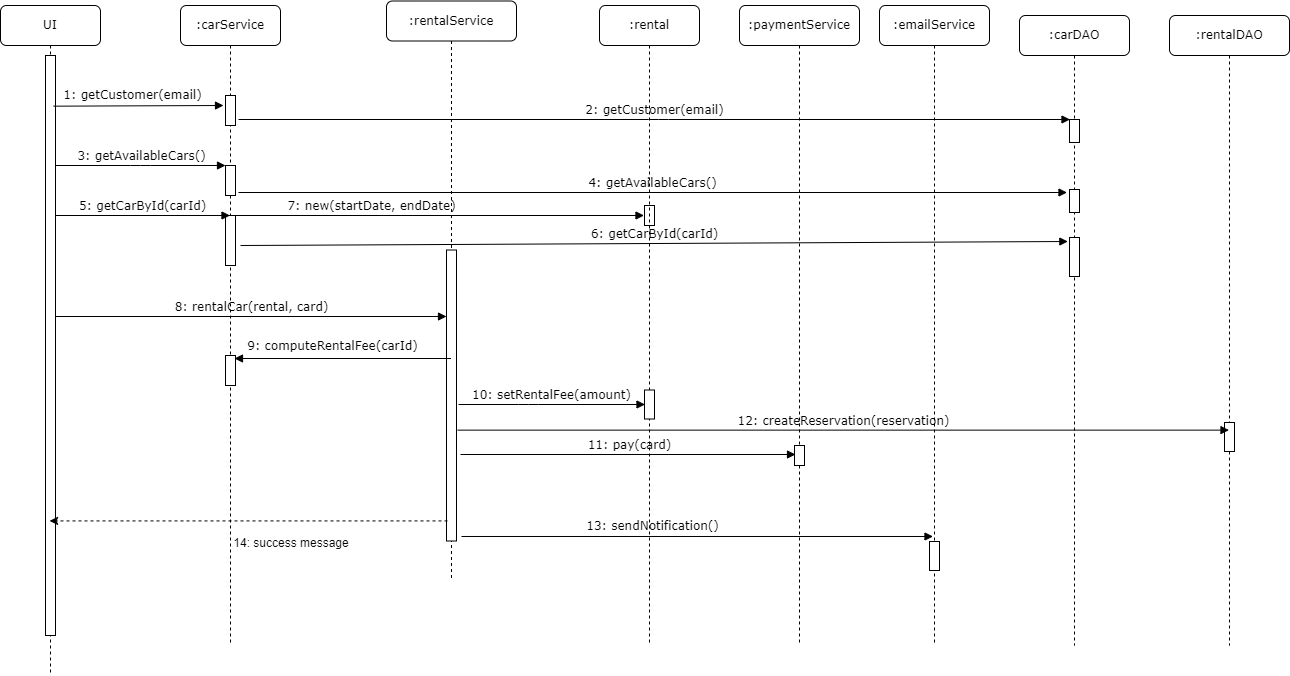
Above: diagrams/Rental car sequence.png in BerhaneMicheal/cs425-swe-g8-car-rental-system (draw.io), before the change. Source tidied: cells renumbered, new cells last; positions are measured from the earlier drawing's top-left corner, leaving out a move shared by most shapes. Its diagram source:
```xml
<mxGraphModel>
  <root>
    <mxCell id="0" />
    <mxCell id="1" parent="0" />
    <mxCell id="2" style="html=1;perimeter=orthogonalPerimeter;rounded=0;shadow=0;comic=0;labelBackgroundColor=none;strokeWidth=1;fontFamily=Verdana;fontSize=12;align=center;" parent="1" vertex="1">
      <mxGeometry x="644" y="204" width="10" height="20" as="geometry" />
    </mxCell>
    <mxCell id="3" value=":carService" style="shape=umlLifeline;perimeter=lifelinePerimeter;whiteSpace=wrap;html=1;outlineConnect=0;rounded=1;shadow=0;comic=0;labelBackgroundColor=none;strokeWidth=1;fontFamily=Verdana;fontSize=12;align=center;" parent="1" vertex="1">
      <mxGeometry x="180" y="4" width="100" height="640" as="geometry" />
    </mxCell>
    <mxCell id="4" style="html=1;points=[];perimeter=orthogonalPerimeter;rounded=0;shadow=0;comic=0;labelBackgroundColor=none;strokeWidth=1;fontFamily=Verdana;fontSize=12;align=center;" parent="3" vertex="1">
      <mxGeometry x="45" y="160" width="10" height="30" as="geometry" />
    </mxCell>
    <mxCell id="5" style="html=1;perimeter=orthogonalPerimeter;rounded=0;shadow=0;comic=0;labelBackgroundColor=none;strokeWidth=1;fontFamily=Verdana;fontSize=12;align=center;" parent="3" vertex="1">
      <mxGeometry x="45" y="210" width="10" height="50" as="geometry" />
    </mxCell>
    <mxCell id="6" style="html=1;points=[];perimeter=orthogonalPerimeter;rounded=0;shadow=0;comic=0;labelBackgroundColor=none;strokeWidth=1;fontFamily=Verdana;fontSize=12;align=center;" parent="3" vertex="1">
      <mxGeometry x="45" y="350" width="10" height="30" as="geometry" />
    </mxCell>
    <mxCell id="7" style="html=1;perimeter=orthogonalPerimeter;rounded=0;shadow=0;comic=0;labelBackgroundColor=none;strokeWidth=1;fontFamily=Verdana;fontSize=12;align=center;" parent="3" vertex="1">
      <mxGeometry x="45" y="90" width="10" height="30" as="geometry" />
    </mxCell>
    <mxCell id="8" value=":rentalService" style="shape=umlLifeline;perimeter=lifelinePerimeter;whiteSpace=wrap;html=1;outlineConnect=0;rounded=1;shadow=0;comic=0;labelBackgroundColor=none;strokeWidth=1;fontFamily=Verdana;fontSize=12;align=center;" parent="1" vertex="1">
      <mxGeometry x="386" y="-0.5" width="130" height="580" as="geometry" />
    </mxCell>
    <mxCell id="9" style="html=1;points=[];perimeter=orthogonalPerimeter;rounded=0;shadow=0;comic=0;labelBackgroundColor=none;strokeWidth=1;fontFamily=Verdana;fontSize=12;align=center;" parent="8" vertex="1">
      <mxGeometry x="60" y="249" width="10" height="291" as="geometry" />
    </mxCell>
    <mxCell id="10" value=":rental" style="shape=umlLifeline;perimeter=lifelinePerimeter;whiteSpace=wrap;html=1;rounded=1;shadow=0;comic=0;labelBackgroundColor=none;strokeWidth=1;fontFamily=Verdana;fontSize=12;align=center;" parent="1" vertex="1">
      <mxGeometry x="599" y="4" width="100" height="640" as="geometry" />
    </mxCell>
    <mxCell id="11" style="html=1;perimeter=orthogonalPerimeter;rounded=0;shadow=0;comic=0;labelBackgroundColor=none;strokeWidth=1;fontFamily=Verdana;fontSize=12;align=center;" parent="10" vertex="1">
      <mxGeometry x="45" y="384.5" width="10" height="29" as="geometry" />
    </mxCell>
    <mxCell id="12" value=":paymentService" style="shape=umlLifeline;perimeter=lifelinePerimeter;whiteSpace=wrap;html=1;rounded=1;shadow=0;comic=0;labelBackgroundColor=none;strokeWidth=1;fontFamily=Verdana;fontSize=12;align=center;" parent="1" vertex="1">
      <mxGeometry x="739" y="4" width="120" height="640" as="geometry" />
    </mxCell>
    <mxCell id="13" style="html=1;perimeter=orthogonalPerimeter;rounded=0;shadow=0;comic=0;labelBackgroundColor=none;strokeWidth=1;fontFamily=Verdana;fontSize=12;align=center;" parent="12" vertex="1">
      <mxGeometry x="55" y="440" width="10" height="20" as="geometry" />
    </mxCell>
    <mxCell id="14" value=":emailService" style="shape=umlLifeline;perimeter=lifelinePerimeter;whiteSpace=wrap;html=1;rounded=1;shadow=0;comic=0;labelBackgroundColor=none;strokeWidth=1;fontFamily=Verdana;fontSize=12;align=center;" parent="1" vertex="1">
      <mxGeometry x="879" y="4" width="110" height="640" as="geometry" />
    </mxCell>
    <mxCell id="15" value=":carDAO" style="shape=umlLifeline;perimeter=lifelinePerimeter;whiteSpace=wrap;html=1;rounded=1;shadow=0;comic=0;labelBackgroundColor=none;strokeWidth=1;fontFamily=Verdana;fontSize=12;align=center;" parent="1" vertex="1">
      <mxGeometry x="1019" y="14" width="110" height="630" as="geometry" />
    </mxCell>
    <mxCell id="16" style="html=1;perimeter=orthogonalPerimeter;rounded=0;shadow=0;comic=0;labelBackgroundColor=none;strokeWidth=1;fontFamily=Verdana;fontSize=12;align=center;" parent="15" vertex="1">
      <mxGeometry x="50" y="222" width="10" height="39" as="geometry" />
    </mxCell>
    <mxCell id="17" style="html=1;perimeter=orthogonalPerimeter;rounded=0;shadow=0;comic=0;labelBackgroundColor=none;strokeWidth=1;fontFamily=Verdana;fontSize=12;align=center;" parent="15" vertex="1">
      <mxGeometry x="50" y="174" width="10" height="23" as="geometry" />
    </mxCell>
    <mxCell id="18" style="html=1;perimeter=orthogonalPerimeter;rounded=0;shadow=0;comic=0;labelBackgroundColor=none;strokeWidth=1;fontFamily=Verdana;fontSize=12;align=center;" parent="15" vertex="1">
      <mxGeometry x="50" y="104" width="10" height="23" as="geometry" />
    </mxCell>
    <mxCell id="19" value="UI" style="shape=umlLifeline;perimeter=lifelinePerimeter;whiteSpace=wrap;html=1;outlineConnect=0;rounded=1;shadow=0;comic=0;labelBackgroundColor=none;strokeWidth=1;fontFamily=Verdana;fontSize=12;align=center;" parent="1" vertex="1">
      <mxGeometry y="4" width="100" height="670" as="geometry" />
    </mxCell>
    <mxCell id="20" value="7: new(startDate, endDate)" style="html=1;verticalAlign=bottom;endArrow=block;labelBackgroundColor=none;fontFamily=Verdana;fontSize=12;elbow=vertical;" parent="19" edge="1">
      <mxGeometry x="0.09" relative="1" as="geometry">
        <mxPoint x="50" y="210" as="sourcePoint" />
        <mxPoint x="643.5" y="210" as="targetPoint" />
      </mxGeometry>
    </mxCell>
    <mxCell id="21" style="html=1;perimeter=orthogonalPerimeter;rounded=0;shadow=0;comic=0;labelBackgroundColor=none;strokeWidth=1;fontFamily=Verdana;fontSize=12;align=center;" parent="19" vertex="1">
      <mxGeometry x="45" y="50" width="10" height="580" as="geometry" />
    </mxCell>
    <mxCell id="22" value="1: getCustomer(email)" style="html=1;verticalAlign=bottom;endArrow=block;entryX=0;entryY=0;labelBackgroundColor=none;fontFamily=Verdana;fontSize=12;edgeStyle=elbowEdgeStyle;elbow=vertical;" parent="19" edge="1">
      <mxGeometry x="-0.07" y="1" relative="1" as="geometry">
        <mxPoint x="53" y="100.7" as="sourcePoint" />
        <mxPoint x="223" y="100.7" as="targetPoint" />
      </mxGeometry>
    </mxCell>
    <mxCell id="23" value="8: rentalCar(rental, card)" style="html=1;verticalAlign=bottom;endArrow=block;labelBackgroundColor=none;fontFamily=Verdana;fontSize=12;" parent="1" edge="1" target="9">
      <mxGeometry relative="1" as="geometry">
        <mxPoint x="55" y="315" as="sourcePoint" />
      </mxGeometry>
    </mxCell>
    <mxCell id="24" style="html=1;perimeter=orthogonalPerimeter;rounded=0;shadow=0;comic=0;labelBackgroundColor=none;strokeWidth=1;fontFamily=Verdana;fontSize=12;align=center;" parent="1" vertex="1">
      <mxGeometry x="929" y="540" width="10" height="29" as="geometry" />
    </mxCell>
    <mxCell id="25" value="3: getAvailableCars()" style="html=1;verticalAlign=bottom;endArrow=block;entryX=0;entryY=0;labelBackgroundColor=none;fontFamily=Verdana;fontSize=12;edgeStyle=elbowEdgeStyle;elbow=vertical;" parent="1" edge="1" target="4">
      <mxGeometry relative="1" as="geometry">
        <mxPoint x="55" y="164" as="sourcePoint" />
      </mxGeometry>
    </mxCell>
    <mxCell id="26" value="4: getAvailableCars()" style="html=1;verticalAlign=bottom;endArrow=block;labelBackgroundColor=none;fontFamily=Verdana;fontSize=12;elbow=vertical;" parent="1" edge="1">
      <mxGeometry relative="1" as="geometry">
        <mxPoint x="238" y="191" as="sourcePoint" />
        <mxPoint x="1066.5" y="191" as="targetPoint" />
      </mxGeometry>
    </mxCell>
    <mxCell id="27" value=":rentalDAO" style="shape=umlLifeline;perimeter=lifelinePerimeter;whiteSpace=wrap;html=1;outlineConnect=0;rounded=1;shadow=0;comic=0;labelBackgroundColor=none;strokeWidth=1;fontFamily=Verdana;fontSize=12;align=center;" parent="1" vertex="1">
      <mxGeometry x="1169" y="14" width="120" height="630" as="geometry" />
    </mxCell>
    <mxCell id="28" style="html=1;perimeter=orthogonalPerimeter;rounded=0;shadow=0;comic=0;labelBackgroundColor=none;strokeWidth=1;fontFamily=Verdana;fontSize=12;align=center;" parent="27" vertex="1">
      <mxGeometry x="55" y="407" width="10" height="29" as="geometry" />
    </mxCell>
    <mxCell id="29" value="5: getCarById(carId)" style="html=1;verticalAlign=bottom;endArrow=block;labelBackgroundColor=none;fontFamily=Verdana;fontSize=12;edgeStyle=elbowEdgeStyle;elbow=vertical;" parent="1" edge="1" target="3">
      <mxGeometry relative="1" as="geometry">
        <mxPoint x="55" y="214" as="sourcePoint" />
      </mxGeometry>
    </mxCell>
    <mxCell id="30" value="9: computeRentalFee(carId)" style="html=1;verticalAlign=bottom;endArrow=block;labelBackgroundColor=none;fontFamily=Verdana;fontSize=12;elbow=vertical;entryX=0.9;entryY=0.1;entryDx=0;entryDy=0;entryPerimeter=0;" parent="1" edge="1" source="8" target="6">
      <mxGeometry x="0.09" y="-3" relative="1" as="geometry" />
    </mxCell>
    <mxCell id="31" value="10: setRentalFee(amount)" style="html=1;verticalAlign=bottom;endArrow=block;labelBackgroundColor=none;fontFamily=Verdana;fontSize=12;elbow=vertical;" parent="1" edge="1">
      <mxGeometry x="-0.01" relative="1" as="geometry">
        <mxPoint x="458" y="403" as="sourcePoint" />
        <mxPoint x="644.5" y="403" as="targetPoint" />
        <Array as="points">
          <mxPoint x="528" y="403" />
        </Array>
      </mxGeometry>
    </mxCell>
    <mxCell id="32" value="11: pay(card)" style="html=1;verticalAlign=bottom;endArrow=block;labelBackgroundColor=none;fontFamily=Verdana;fontSize=12;entryX=0.1;entryY=0.025;entryDx=0;entryDy=0;entryPerimeter=0;" parent="1" edge="1">
      <mxGeometry relative="1" as="geometry">
        <mxPoint x="460" y="453" as="sourcePoint" />
        <mxPoint x="795" y="453" as="targetPoint" />
      </mxGeometry>
    </mxCell>
    <mxCell id="33" value="12: createReservation(reservation)" style="html=1;verticalAlign=bottom;endArrow=block;labelBackgroundColor=none;fontFamily=Verdana;fontSize=12;exitX=1.1;exitY=0.619;exitDx=0;exitDy=0;exitPerimeter=0;" parent="1" edge="1" source="9" target="27">
      <mxGeometry relative="1" as="geometry" />
    </mxCell>
    <mxCell id="34" style="endArrow=classic;html=1;rounded=0;exitX=0.1;exitY=0.931;exitDx=0;exitDy=0;exitPerimeter=0;dashed=1;" parent="1" edge="1" source="9" target="19">
      <mxGeometry relative="1" as="geometry" />
    </mxCell>
    <mxCell id="35" value="6: getCarById(carId)" style="html=1;verticalAlign=bottom;endArrow=block;labelBackgroundColor=none;fontFamily=Verdana;fontSize=12;elbow=vertical;entryX=0.033;entryY=-0.077;entryDx=0;entryDy=0;entryPerimeter=0;" parent="1" edge="1">
      <mxGeometry relative="1" as="geometry">
        <mxPoint x="240" y="244" as="sourcePoint" />
        <mxPoint x="1067.3" y="240" as="targetPoint" />
      </mxGeometry>
    </mxCell>
    <mxCell id="36" value="13: sendNotification()" style="html=1;verticalAlign=bottom;endArrow=block;labelBackgroundColor=none;fontFamily=Verdana;fontSize=12;exitX=1;exitY=0.517;exitDx=0;exitDy=0;exitPerimeter=0;" parent="1" edge="1">
      <mxGeometry x="-0.19" y="1" relative="1" as="geometry">
        <mxPoint x="461" y="535" as="sourcePoint" />
        <mxPoint x="932.5" y="535" as="targetPoint" />
      </mxGeometry>
    </mxCell>
    <mxCell id="37" value="14: success message" style="text;html=1;strokeColor=none;fillColor=none;align=center;verticalAlign=middle;whiteSpace=wrap;rounded=0;" parent="1" vertex="1">
      <mxGeometry x="231" y="532" width="120" height="20" as="geometry" />
    </mxCell>
    <mxCell id="38" value="2: getCustomer(email)" style="html=1;verticalAlign=bottom;endArrow=block;labelBackgroundColor=none;fontFamily=Verdana;fontSize=12;elbow=vertical;" parent="1" edge="1">
      <mxGeometry relative="1" as="geometry">
        <mxPoint x="238" y="118" as="sourcePoint" />
        <mxPoint x="1069.5" y="118" as="targetPoint" />
        <Array as="points">
          <mxPoint x="658" y="118" />
        </Array>
      </mxGeometry>
    </mxCell>
  </root>
</mxGraphModel>
```
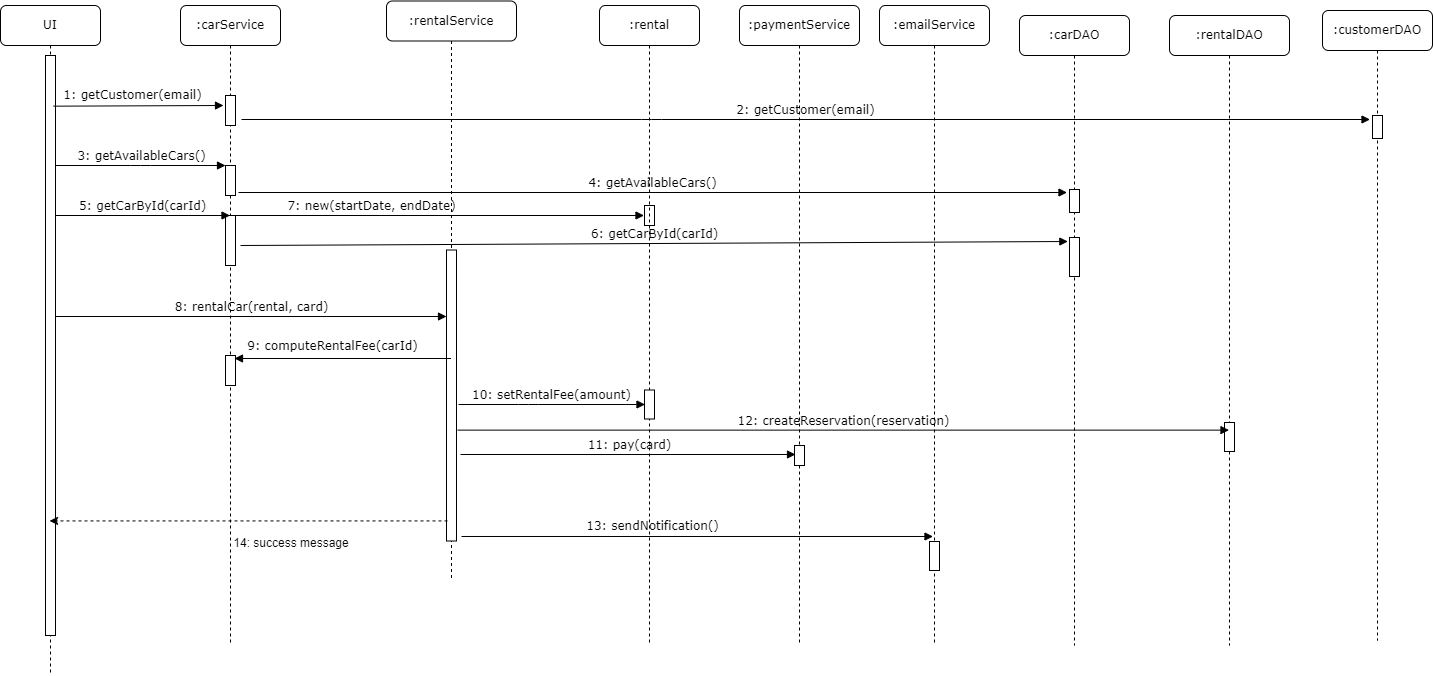
After the change.

Commit message:
update rental car sequence

Diff of the diagram source:
```diff
@@ -50,9 +50,6 @@
     <mxCell id="17" style="html=1;perimeter=orthogonalPerimeter;rounded=0;shadow=0;comic=0;labelBackgroundColor=none;strokeWidth=1;fontFamily=Verdana;fontSize=12;align=center;" parent="15" vertex="1">
       <mxGeometry x="50" y="174" width="10" height="23" as="geometry" />
     </mxCell>
-    <mxCell id="18" style="html=1;perimeter=orthogonalPerimeter;rounded=0;shadow=0;comic=0;labelBackgroundColor=none;strokeWidth=1;fontFamily=Verdana;fontSize=12;align=center;" parent="15" vertex="1">
-      <mxGeometry x="50" y="104" width="10" height="23" as="geometry" />
-    </mxCell>
     <mxCell id="19" value="UI" style="shape=umlLifeline;perimeter=lifelinePerimeter;whiteSpace=wrap;html=1;outlineConnect=0;rounded=1;shadow=0;comic=0;labelBackgroundColor=none;strokeWidth=1;fontFamily=Verdana;fontSize=12;align=center;" parent="1" vertex="1">
       <mxGeometry y="4" width="100" height="670" as="geometry" />
     </mxCell>
@@ -142,12 +139,18 @@
     </mxCell>
     <mxCell id="38" value="2: getCustomer(email)" style="html=1;verticalAlign=bottom;endArrow=block;labelBackgroundColor=none;fontFamily=Verdana;fontSize=12;elbow=vertical;" parent="1" edge="1">
       <mxGeometry relative="1" as="geometry">
-        <mxPoint x="238" y="118" as="sourcePoint" />
-        <mxPoint x="1069.5" y="118" as="targetPoint" />
+        <mxPoint x="241" y="118" as="sourcePoint" />
+        <mxPoint x="1369.5" y="118" as="targetPoint" />
         <Array as="points">
-          <mxPoint x="658" y="118" />
+          <mxPoint x="651" y="118" />
         </Array>
       </mxGeometry>
     </mxCell>
+    <mxCell id="39" value=":customerDAO" style="shape=umlLifeline;perimeter=lifelinePerimeter;whiteSpace=wrap;html=1;rounded=1;shadow=0;comic=0;labelBackgroundColor=none;strokeWidth=1;fontFamily=Verdana;fontSize=12;align=center;" parent="1" vertex="1">
+      <mxGeometry x="1322" y="9" width="110" height="630" as="geometry" />
+    </mxCell>
+    <mxCell id="40" style="html=1;perimeter=orthogonalPerimeter;rounded=0;shadow=0;comic=0;labelBackgroundColor=none;strokeWidth=1;fontFamily=Verdana;fontSize=12;align=center;" parent="39" vertex="1">
+      <mxGeometry x="50" y="105" width="10" height="23" as="geometry" />
+    </mxCell>
   </root>
 </mxGraphModel>
```
